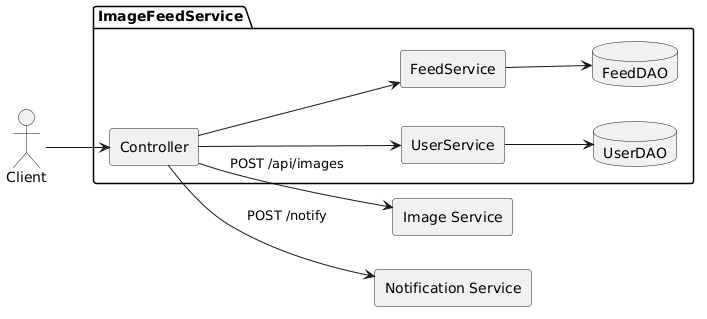
Before: feed_service/uml.png, a diagram exported from PlantUML (tokyobordel/FeedService).
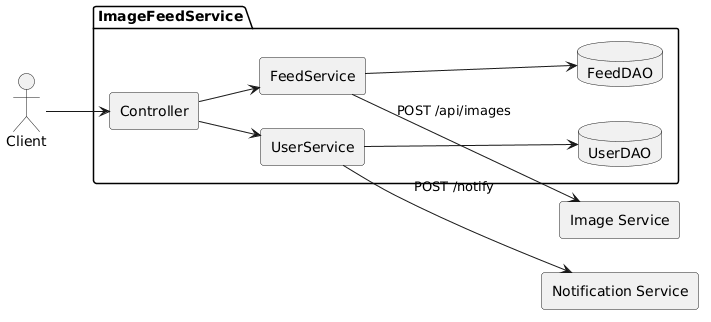
Later version of the same file.

Change to the diagram source:
```diff
@@ -5,7 +5,6 @@
 actor Client
 
 package "ImageFeedService" {
-
     component "Controller" as Controller
 
     component "UserService" as UserService
@@ -26,6 +25,6 @@
 
 Client --> Controller
 
-Controller --> ImageService : POST /api/images
-Controller --> NotificationService : POST /notify
+FeedService --> ImageService : POST /api/images
+UserService --> NotificationService : POST /notify
 @enduml
```
